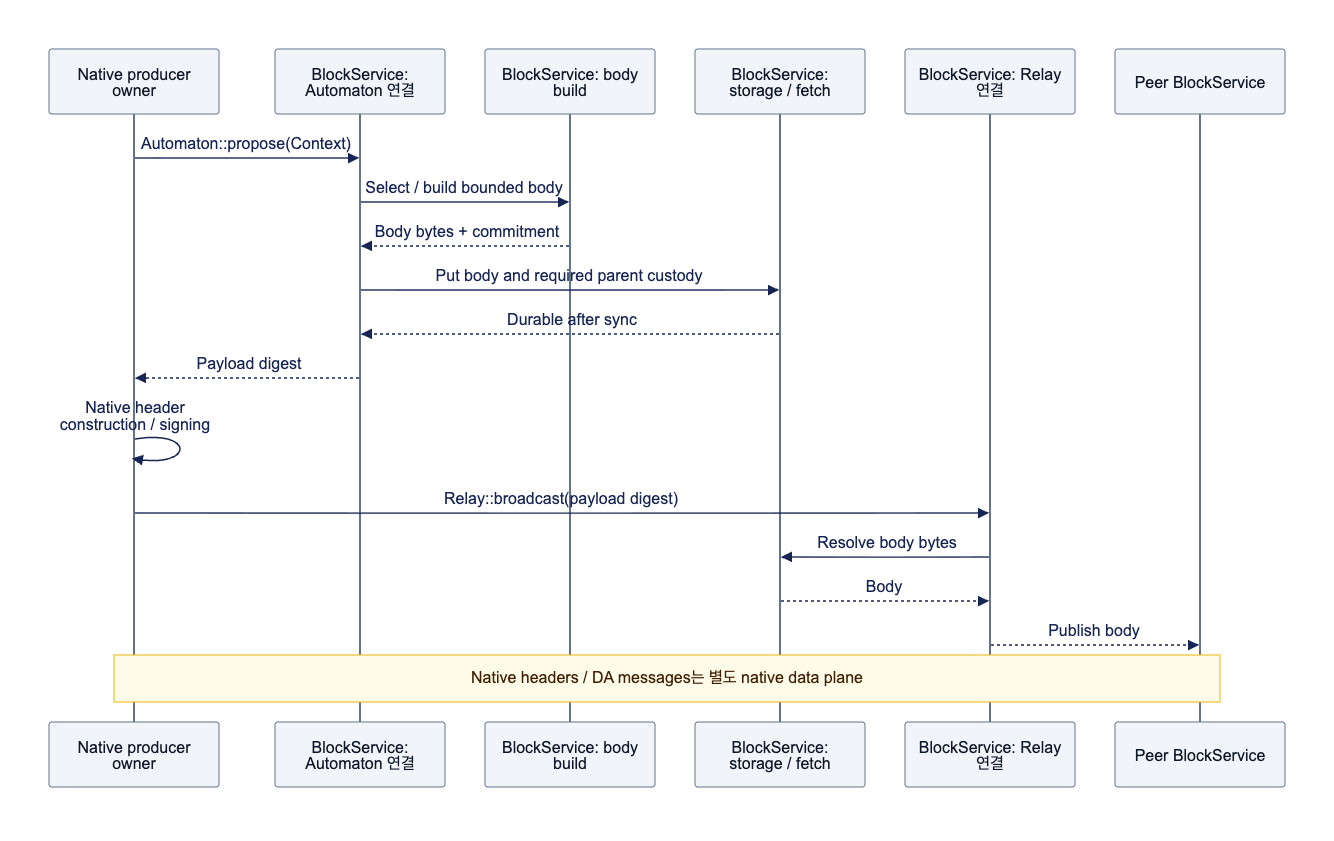
djm07073/baton-research keeps this Mermaid diagram as docs/assets/diagrams/diagram-04.png. Above is the earlier version. Its source is kept beside it as docs/assets/diagrams/diagram-04.mmd.
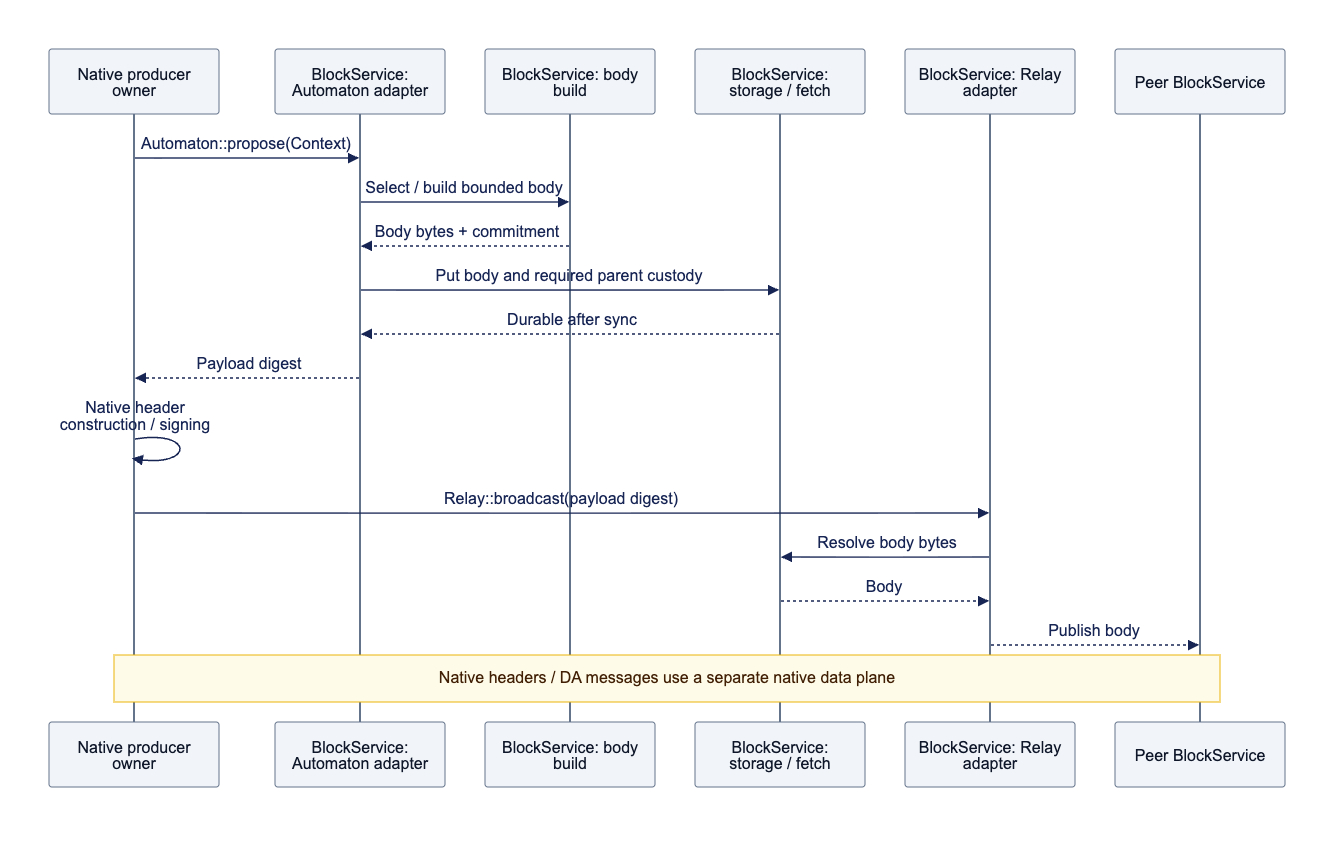
Later version of the same file.

Change to the diagram source:
```diff
@@ -1,9 +1,9 @@
 sequenceDiagram
     participant N as Native producer owner
-    participant A as BlockService: Automaton 연결
+    participant A as BlockService: Automaton adapter
     participant P as BlockService: body build
     participant S as BlockService: storage / fetch
-    participant R as BlockService: Relay 연결
+    participant R as BlockService: Relay adapter
     participant V as Peer BlockService
     N->>A: Automaton::propose(Context)
     A->>P: Select / build bounded body
@@ -16,4 +16,4 @@
     R->>S: Resolve body bytes
     S-->>R: Body
     R-->>V: Publish body
-    Note over N,V: Native headers / DA messages는 별도 native data plane
+    Note over N,V: Native headers / DA messages use a separate native data plane
```
